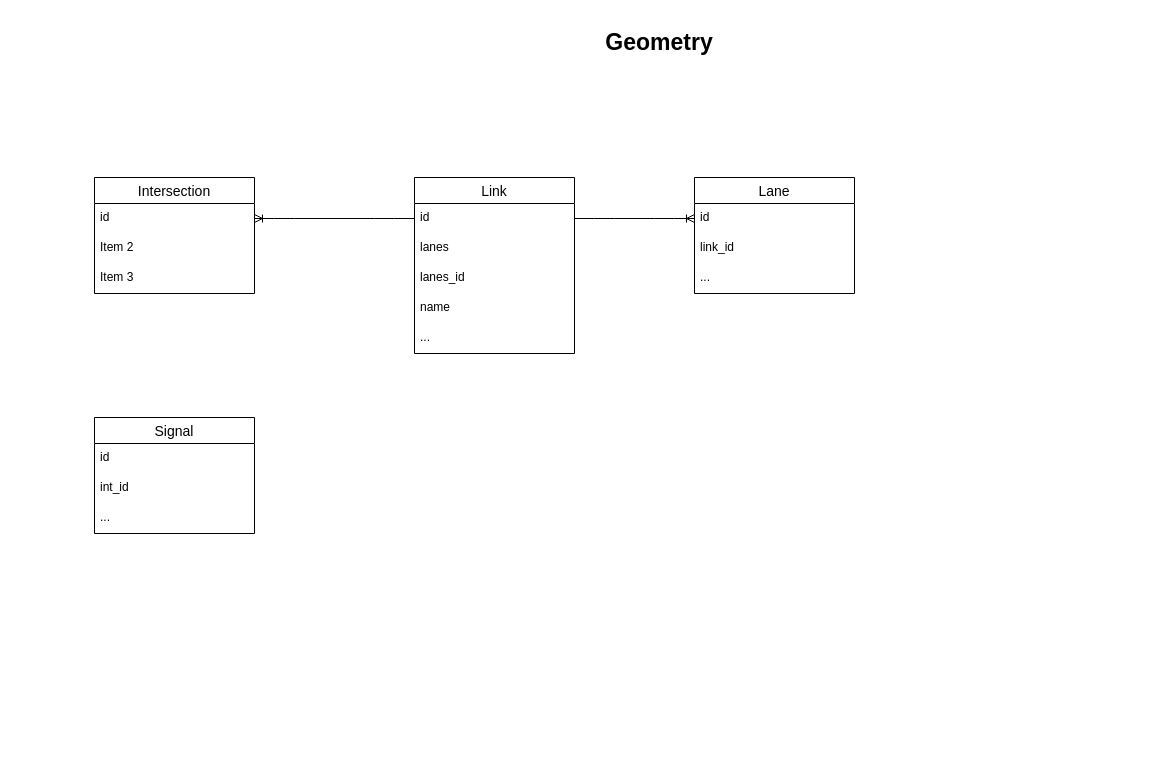
Before: page "Page-1" (1 of 2) of database_design/tables.drawio in xyluo25/Real-Twin, a draw.io diagram. Source tidied: cells renumbered, new cells numbered last; positions are measured from the earlier drawing's top-left corner, leaving out a move shared by most shapes. Both pictures are drawn from the tidied source at 100%, with x=0, y=0 at pixel (94, 17).
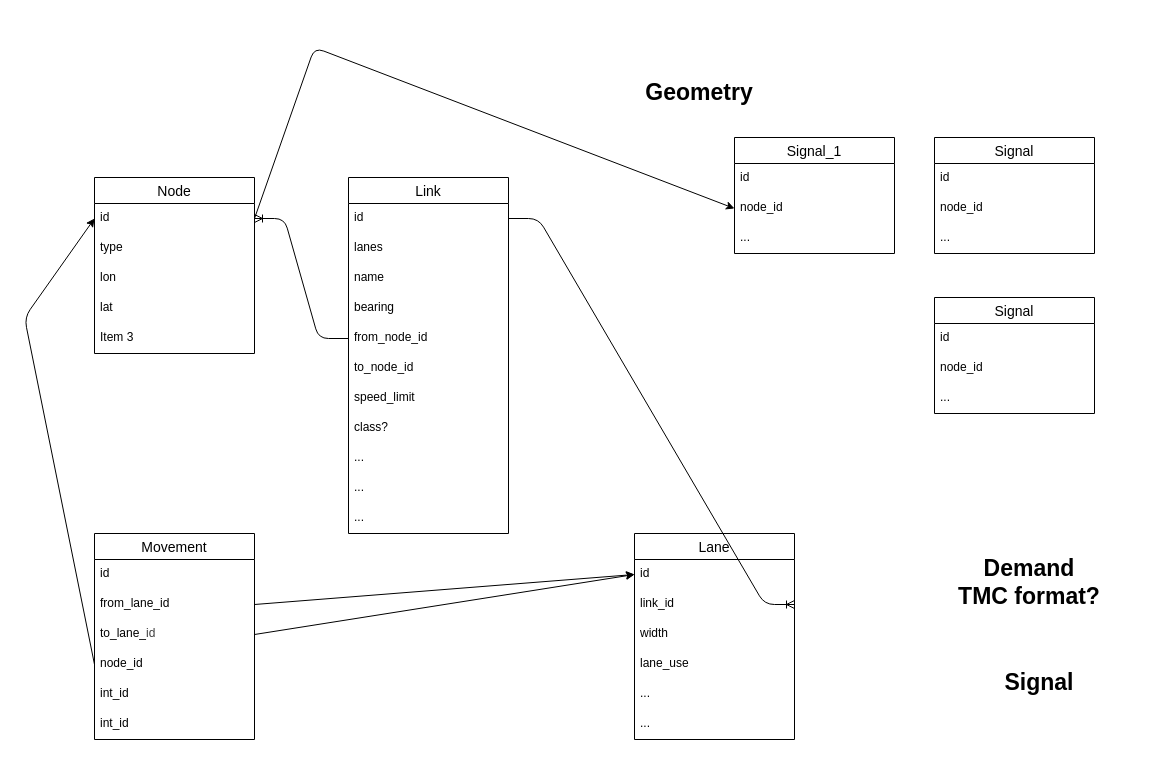
After the change.

The change refers to these unchanged cells:
```xml
<mxCell id="3" value="id" style="text;strokeColor=none;fillColor=none;spacingLeft=4;spacingRight=4;overflow=hidden;points=[[0,0.5],[1,0.5]];portConstraint=eastwest;fontSize=12;whiteSpace=wrap;html=1;" parent="2" vertex="1">
  <mxGeometry y="26" width="160" height="30" as="geometry" />
</mxCell>
<mxCell id="7" value="id" style="text;strokeColor=none;fillColor=none;spacingLeft=4;spacingRight=4;overflow=hidden;points=[[0,0.5],[1,0.5]];portConstraint=eastwest;fontSize=12;whiteSpace=wrap;html=1;" parent="6" vertex="1">
  <mxGeometry y="26" width="160" height="30" as="geometry" />
</mxCell>
<mxCell id="13" value="id" style="text;strokeColor=none;fillColor=none;spacingLeft=4;spacingRight=4;overflow=hidden;points=[[0,0.5],[1,0.5]];portConstraint=eastwest;fontSize=12;whiteSpace=wrap;html=1;" parent="12" vertex="1">
  <mxGeometry y="26" width="160" height="30" as="geometry" />
</mxCell>
```

What changed in the source:
```diff
@@
-    <mxCell id="2" value="Intersection" style="swimlane;fontStyle=0;horizontal=1;startSize=26;align=center;fontSize=14;" parent="1" vertex="1">
-      <mxGeometry y="160" width="160" height="116" as="geometry" />
+    <mxCell id="2" value="Node" style="swimlane;fontStyle=0;horizontal=1;startSize=26;align=center;fontSize=14;" parent="1" vertex="1">
+      <mxGeometry y="160" width="160" height="176" as="geometry" />
     </mxCell>
@@
-    <mxCell id="4" value="Item 2" style="text;strokeColor=none;fillColor=none;spacingLeft=4;spacingRight=4;overflow=hidden;fontSize=12;whiteSpace=wrap;html=1;" parent="2" vertex="1">
+    <mxCell id="4" value="type" style="text;strokeColor=none;fillColor=none;spacingLeft=4;spacingRight=4;overflow=hidden;fontSize=12;whiteSpace=wrap;html=1;" parent="2" vertex="1">
       <mxGeometry y="56" width="160" height="30" as="geometry" />
     </mxCell>
-    <mxCell id="5" value="Item 3" style="text;strokeColor=none;fillColor=none;spacingLeft=4;spacingRight=4;overflow=hidden;fontSize=12;whiteSpace=wrap;html=1;" parent="2" vertex="1">
+    <mxCell id="5" value="lon" style="text;strokeColor=none;fillColor=none;spacingLeft=4;spacingRight=4;overflow=hidden;fontSize=12;whiteSpace=wrap;html=1;" parent="2" vertex="1">
       <mxGeometry y="86" width="160" height="30" as="geometry" />
     </mxCell>
+    <mxCell id="23" value="lat" style="text;strokeColor=none;fillColor=none;spacingLeft=4;spacingRight=4;overflow=hidden;fontSize=12;whiteSpace=wrap;html=1;" parent="2" vertex="1">
+      <mxGeometry y="116" width="160" height="30" as="geometry" />
+    </mxCell>
+    <mxCell id="24" value="Item 3" style="text;strokeColor=none;fillColor=none;spacingLeft=4;spacingRight=4;overflow=hidden;fontSize=12;whiteSpace=wrap;html=1;" parent="2" vertex="1">
+      <mxGeometry y="146" width="160" height="30" as="geometry" />
+    </mxCell>
     <mxCell id="6" value="Link" style="swimlane;fontStyle=0;horizontal=1;startSize=26;align=center;fontSize=14;" parent="1" vertex="1">
-      <mxGeometry x="320" y="160" width="160" height="176" as="geometry" />
+      <mxGeometry x="254" y="160" width="160" height="356" as="geometry" />
     </mxCell>
@@
-    <mxCell id="9" value="lanes_id" style="text;strokeColor=none;fillColor=none;spacingLeft=4;spacingRight=4;overflow=hidden;fontSize=12;whiteSpace=wrap;html=1;" parent="6" vertex="1">
-      <mxGeometry y="86" width="160" height="30" as="geometry" />
-    </mxCell>
     <mxCell id="10" value="name" style="text;strokeColor=none;fillColor=none;spacingLeft=4;spacingRight=4;overflow=hidden;fontSize=12;whiteSpace=wrap;html=1;" parent="6" vertex="1">
-      <mxGeometry y="116" width="160" height="30" as="geometry" />
+      <mxGeometry y="86" width="160" height="30" as="geometry" />
     </mxCell>
-    <mxCell id="11" value="..." style="text;strokeColor=none;fillColor=none;spacingLeft=4;spacingRight=4;overflow=hidden;fontSize=12;whiteSpace=wrap;html=1;" parent="6" vertex="1">
-      <mxGeometry y="146" width="160" height="30" as="geometry" />
+    <mxCell id="11" value="bearing" style="text;strokeColor=none;fillColor=none;spacingLeft=4;spacingRight=4;overflow=hidden;fontSize=12;whiteSpace=wrap;html=1;" parent="6" vertex="1">
+      <mxGeometry y="116" width="160" height="30" as="geometry" />
     </mxCell>
+    <mxCell id="25" value="from_node_id" style="text;strokeColor=none;fillColor=none;spacingLeft=4;spacingRight=4;overflow=hidden;points=[[0,0.5],[1,0.5]];portConstraint=eastwest;fontSize=12;whiteSpace=wrap;html=1;" parent="6" vertex="1">
+      <mxGeometry y="146" width="160" height="30" as="geometry" />
+    </mxCell>
+    <mxCell id="26" value="to_node_id" style="text;strokeColor=none;fillColor=none;spacingLeft=4;spacingRight=4;overflow=hidden;fontSize=12;whiteSpace=wrap;html=1;" parent="6" vertex="1">
+      <mxGeometry y="176" width="160" height="30" as="geometry" />
+    </mxCell>
+    <mxCell id="27" value="speed_limit" style="text;strokeColor=none;fillColor=none;spacingLeft=4;spacingRight=4;overflow=hidden;fontSize=12;whiteSpace=wrap;html=1;" parent="6" vertex="1">
+      <mxGeometry y="206" width="160" height="30" as="geometry" />
+    </mxCell>
+    <mxCell id="28" value="class?" style="text;strokeColor=none;fillColor=none;spacingLeft=4;spacingRight=4;overflow=hidden;fontSize=12;whiteSpace=wrap;html=1;" parent="6" vertex="1">
+      <mxGeometry y="236" width="160" height="30" as="geometry" />
+    </mxCell>
+    <mxCell id="29" value="..." style="text;strokeColor=none;fillColor=none;spacingLeft=4;spacingRight=4;overflow=hidden;fontSize=12;whiteSpace=wrap;html=1;" parent="6" vertex="1">
+      <mxGeometry y="266" width="160" height="30" as="geometry" />
+    </mxCell>
+    <mxCell id="30" value="..." style="text;strokeColor=none;fillColor=none;spacingLeft=4;spacingRight=4;overflow=hidden;fontSize=12;whiteSpace=wrap;html=1;" parent="6" vertex="1">
+      <mxGeometry y="296" width="160" height="30" as="geometry" />
+    </mxCell>
+    <mxCell id="31" value="..." style="text;strokeColor=none;fillColor=none;spacingLeft=4;spacingRight=4;overflow=hidden;fontSize=12;whiteSpace=wrap;html=1;" parent="6" vertex="1">
+      <mxGeometry y="326" width="160" height="30" as="geometry" />
+    </mxCell>
     <mxCell id="12" value="Lane" style="swimlane;fontStyle=0;horizontal=1;startSize=26;align=center;fontSize=14;" parent="1" vertex="1">
-      <mxGeometry x="600" y="160" width="160" height="116" as="geometry" />
+      <mxGeometry x="540" y="516" width="160" height="206" as="geometry" />
     </mxCell>
@@
-    <mxCell id="15" value="..." style="text;strokeColor=none;fillColor=none;spacingLeft=4;spacingRight=4;overflow=hidden;fontSize=12;whiteSpace=wrap;html=1;" parent="12" vertex="1">
+    <mxCell id="15" value="width" style="text;strokeColor=none;fillColor=none;spacingLeft=4;spacingRight=4;overflow=hidden;fontSize=12;whiteSpace=wrap;html=1;" parent="12" vertex="1">
       <mxGeometry y="86" width="160" height="30" as="geometry" />
     </mxCell>
+    <mxCell id="32" value="lane_use" style="text;strokeColor=none;fillColor=none;spacingLeft=4;spacingRight=4;overflow=hidden;fontSize=12;whiteSpace=wrap;html=1;" parent="12" vertex="1">
+      <mxGeometry y="116" width="160" height="30" as="geometry" />
+    </mxCell>
+    <mxCell id="33" value="..." style="text;strokeColor=none;fillColor=none;spacingLeft=4;spacingRight=4;overflow=hidden;fontSize=12;whiteSpace=wrap;html=1;" parent="12" vertex="1">
+      <mxGeometry y="146" width="160" height="30" as="geometry" />
+    </mxCell>
+    <mxCell id="34" value="..." style="text;strokeColor=none;fillColor=none;spacingLeft=4;spacingRight=4;overflow=hidden;fontSize=12;whiteSpace=wrap;html=1;" parent="12" vertex="1">
+      <mxGeometry y="176" width="160" height="30" as="geometry" />
+    </mxCell>
-    <mxCell id="16" style="edgeStyle=entityRelationEdgeStyle;fontSize=12;html=1;endArrow=ERoneToMany;exitX=1;exitY=0.5;exitDx=0;exitDy=0;entryX=0;entryY=0.5;entryDx=0;entryDy=0;" parent="1" edge="1" source="7" target="13">
-      <mxGeometry relative="1" as="geometry" />
+    <mxCell id="16" style="edgeStyle=entityRelationEdgeStyle;fontSize=12;html=1;endArrow=ERoneToMany;exitX=1;exitY=0.5;exitDx=0;exitDy=0;" parent="1" edge="1" source="7">
+      <mxGeometry relative="1" as="geometry">
+        <mxPoint x="700" y="587" as="targetPoint" />
+        <Array as="points">
+          <mxPoint x="620" y="220" />
+          <mxPoint x="680" y="370" />
+          <mxPoint x="700" y="420" />
+          <mxPoint x="790" y="300" />
+          <mxPoint x="730" y="330" />
+          <mxPoint x="790" y="430" />
+        </Array>
+      </mxGeometry>
     </mxCell>
-    <mxCell id="17" style="edgeStyle=entityRelationEdgeStyle;fontSize=12;html=1;endArrow=ERoneToMany;exitX=0;exitY=0.5;exitDx=0;exitDy=0;entryX=1;entryY=0.5;entryDx=0;entryDy=0;" parent="1" edge="1" source="7" target="3">
+    <mxCell id="17" style="edgeStyle=entityRelationEdgeStyle;fontSize=12;html=1;endArrow=ERoneToMany;exitX=0;exitY=0.5;exitDx=0;exitDy=0;entryX=1;entryY=0.5;entryDx=0;entryDy=0;" parent="1" edge="1" source="25" target="3">
       <mxGeometry relative="1" as="geometry" />
     </mxCell>
     <mxCell id="18" value="&lt;b&gt;&lt;font style=&quot;font-size: 23px;&quot;&gt;Geometry&lt;/font&gt;&lt;/b&gt;" style="text;html=1;align=center;verticalAlign=middle;whiteSpace=wrap;rounded=0;" parent="1" vertex="1">
-      <mxGeometry x="500" width="130" height="50" as="geometry" />
+      <mxGeometry x="540" y="50" width="130" height="50" as="geometry" />
     </mxCell>
-    <mxCell id="19" value="Signal" style="swimlane;fontStyle=0;horizontal=1;startSize=26;align=center;fontSize=14;" parent="1" vertex="1">
-      <mxGeometry y="400" width="160" height="116" as="geometry" />
+    <mxCell id="19" value="Signal_1" style="swimlane;fontStyle=0;horizontal=1;startSize=26;align=center;fontSize=14;" parent="1" vertex="1">
+      <mxGeometry x="640" y="120" width="160" height="116" as="geometry" />
     </mxCell>
@@
-    <mxCell id="21" value="int_id" style="text;strokeColor=none;fillColor=none;spacingLeft=4;spacingRight=4;overflow=hidden;points=[[0,0.5],[1,0.5]];portConstraint=eastwest;fontSize=12;whiteSpace=wrap;html=1;" parent="19" vertex="1">
+    <mxCell id="21" value="node_id" style="text;strokeColor=none;fillColor=none;spacingLeft=4;spacingRight=4;overflow=hidden;points=[[0,0.5],[1,0.5]];portConstraint=eastwest;fontSize=12;whiteSpace=wrap;html=1;" parent="19" vertex="1">
       <mxGeometry y="56" width="160" height="30" as="geometry" />
     </mxCell>
@@
+    <mxCell id="35" value="Movement" style="swimlane;fontStyle=0;horizontal=1;startSize=26;align=center;fontSize=14;" parent="1" vertex="1">
+      <mxGeometry y="516" width="160" height="206" as="geometry" />
+    </mxCell>
+    <mxCell id="36" value="id" style="text;strokeColor=none;fillColor=none;spacingLeft=4;spacingRight=4;overflow=hidden;fontSize=12;whiteSpace=wrap;html=1;" parent="35" vertex="1">
+      <mxGeometry y="26" width="160" height="30" as="geometry" />
+    </mxCell>
+    <mxCell id="37" value="from_lane_id" style="text;strokeColor=none;fillColor=none;spacingLeft=4;spacingRight=4;overflow=hidden;points=[[0,0.5],[1,0.5]];portConstraint=eastwest;fontSize=12;whiteSpace=wrap;html=1;" parent="35" vertex="1">
+      <mxGeometry y="56" width="160" height="30" as="geometry" />
+    </mxCell>
+    <mxCell id="38" value="to_lane_&lt;span style=&quot;color: rgb(63, 63, 63); background-color: transparent;&quot;&gt;id&lt;/span&gt;" style="text;strokeColor=none;fillColor=none;spacingLeft=4;spacingRight=4;overflow=hidden;points=[[0,0.5],[1,0.5]];portConstraint=eastwest;fontSize=12;whiteSpace=wrap;html=1;" parent="35" vertex="1">
+      <mxGeometry y="86" width="160" height="30" as="geometry" />
+    </mxCell>
+    <mxCell id="39" value="node_id" style="text;strokeColor=none;fillColor=none;spacingLeft=4;spacingRight=4;overflow=hidden;points=[[0,0.5],[1,0.5]];portConstraint=eastwest;fontSize=12;whiteSpace=wrap;html=1;" parent="35" vertex="1">
+      <mxGeometry y="116" width="160" height="30" as="geometry" />
+    </mxCell>
+    <mxCell id="40" value="int_id" style="text;strokeColor=none;fillColor=none;spacingLeft=4;spacingRight=4;overflow=hidden;fontSize=12;whiteSpace=wrap;html=1;" parent="35" vertex="1">
+      <mxGeometry y="146" width="160" height="30" as="geometry" />
+    </mxCell>
+    <mxCell id="41" value="int_id" style="text;strokeColor=none;fillColor=none;spacingLeft=4;spacingRight=4;overflow=hidden;fontSize=12;whiteSpace=wrap;html=1;" parent="35" vertex="1">
+      <mxGeometry y="176" width="160" height="30" as="geometry" />
+    </mxCell>
+    <mxCell id="42" value="&lt;b&gt;&lt;font style=&quot;font-size: 23px;&quot;&gt;Demand&lt;/font&gt;&lt;/b&gt;&lt;div&gt;&lt;b&gt;&lt;font style=&quot;font-size: 23px;&quot;&gt;TMC format?&lt;/font&gt;&lt;/b&gt;&lt;/div&gt;" style="text;html=1;align=center;verticalAlign=middle;whiteSpace=wrap;rounded=0;" parent="1" vertex="1">
+      <mxGeometry x="830" y="540" width="210" height="50" as="geometry" />
+    </mxCell>
+    <mxCell id="43" style="edgeStyle=none;html=1;exitX=0;exitY=0.5;exitDx=0;exitDy=0;entryX=0;entryY=0.5;entryDx=0;entryDy=0;" parent="1" edge="1" source="39" target="3">
+      <mxGeometry relative="1" as="geometry">
+        <Array as="points">
+          <mxPoint x="-70" y="300" />
+        </Array>
+      </mxGeometry>
+    </mxCell>
+    <mxCell id="44" style="edgeStyle=none;html=1;exitX=1;exitY=0.5;exitDx=0;exitDy=0;entryX=0;entryY=0.5;entryDx=0;entryDy=0;" parent="1" edge="1" source="37" target="13">
+      <mxGeometry relative="1" as="geometry" />
+    </mxCell>
+    <mxCell id="45" style="edgeStyle=none;html=1;exitX=1;exitY=0.5;exitDx=0;exitDy=0;entryX=0;entryY=0.5;entryDx=0;entryDy=0;" parent="1" edge="1" source="38" target="13">
+      <mxGeometry relative="1" as="geometry" />
+    </mxCell>
+    <mxCell id="46" style="edgeStyle=none;html=1;exitX=1;exitY=0.5;exitDx=0;exitDy=0;entryX=0;entryY=0.5;entryDx=0;entryDy=0;" parent="1" edge="1" source="3" target="21">
+      <mxGeometry relative="1" as="geometry">
+        <Array as="points">
+          <mxPoint x="220" y="30" />
+        </Array>
+      </mxGeometry>
+    </mxCell>
+    <mxCell id="47" value="Signal" style="swimlane;fontStyle=0;horizontal=1;startSize=26;align=center;fontSize=14;" parent="1" vertex="1">
+      <mxGeometry x="840" y="120" width="160" height="116" as="geometry" />
+    </mxCell>
+    <mxCell id="48" value="id" style="text;strokeColor=none;fillColor=none;spacingLeft=4;spacingRight=4;overflow=hidden;fontSize=12;whiteSpace=wrap;html=1;" parent="47" vertex="1">
+      <mxGeometry y="26" width="160" height="30" as="geometry" />
+    </mxCell>
+    <mxCell id="49" value="node_id" style="text;strokeColor=none;fillColor=none;spacingLeft=4;spacingRight=4;overflow=hidden;fontSize=12;whiteSpace=wrap;html=1;" parent="47" vertex="1">
+      <mxGeometry y="56" width="160" height="30" as="geometry" />
+    </mxCell>
+    <mxCell id="50" value="..." style="text;strokeColor=none;fillColor=none;spacingLeft=4;spacingRight=4;overflow=hidden;fontSize=12;whiteSpace=wrap;html=1;" parent="47" vertex="1">
+      <mxGeometry y="86" width="160" height="30" as="geometry" />
+    </mxCell>
+    <mxCell id="51" value="Signal" style="swimlane;fontStyle=0;horizontal=1;startSize=26;align=center;fontSize=14;" parent="1" vertex="1">
+      <mxGeometry x="840" y="280" width="160" height="116" as="geometry" />
+    </mxCell>
+    <mxCell id="52" value="id" style="text;strokeColor=none;fillColor=none;spacingLeft=4;spacingRight=4;overflow=hidden;fontSize=12;whiteSpace=wrap;html=1;" parent="51" vertex="1">
+      <mxGeometry y="26" width="160" height="30" as="geometry" />
+    </mxCell>
+    <mxCell id="53" value="node_id" style="text;strokeColor=none;fillColor=none;spacingLeft=4;spacingRight=4;overflow=hidden;fontSize=12;whiteSpace=wrap;html=1;" parent="51" vertex="1">
+      <mxGeometry y="56" width="160" height="30" as="geometry" />
+    </mxCell>
+    <mxCell id="54" value="..." style="text;strokeColor=none;fillColor=none;spacingLeft=4;spacingRight=4;overflow=hidden;fontSize=12;whiteSpace=wrap;html=1;" parent="51" vertex="1">
+      <mxGeometry y="86" width="160" height="30" as="geometry" />
+    </mxCell>
+    <mxCell id="55" value="&lt;span style=&quot;font-size: 23px;&quot;&gt;&lt;b&gt;Signal&lt;/b&gt;&lt;/span&gt;" style="text;html=1;align=center;verticalAlign=middle;whiteSpace=wrap;rounded=0;" parent="1" vertex="1">
+      <mxGeometry x="840" y="640" width="210" height="50" as="geometry" />
+    </mxCell>
```
